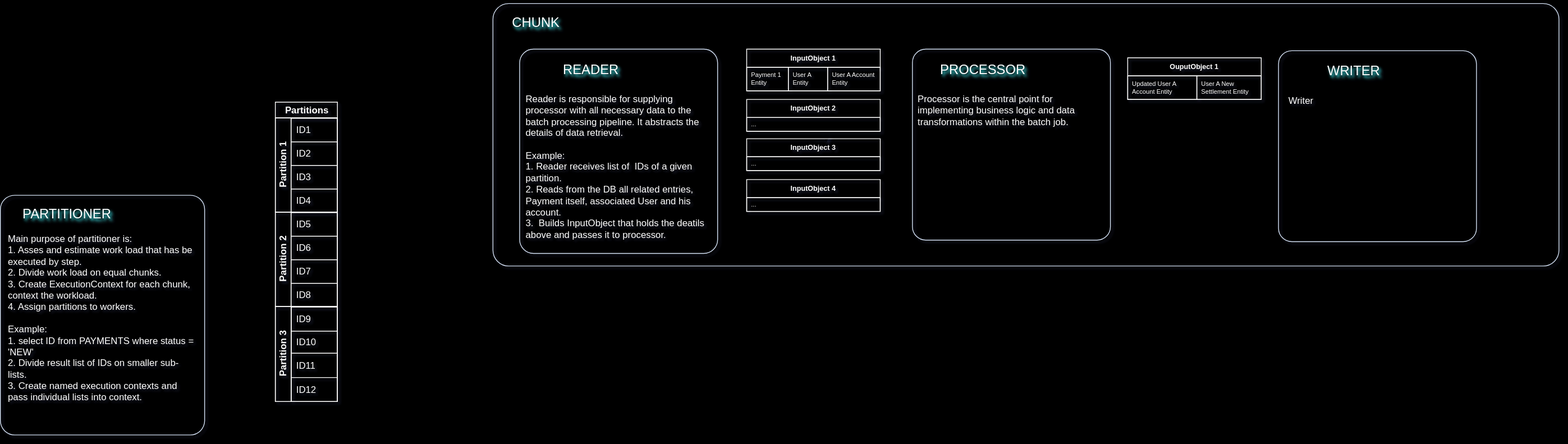
gsaukov/spring-batch-demo keeps this draw.io diagram as public/images/spring-batch-data-flow.drawio.svg. Above is the earlier version. Source tidied: cells renumbered, new cells last; positions are measured from the earlier drawing's top-left corner, leaving out a move shared by most shapes.
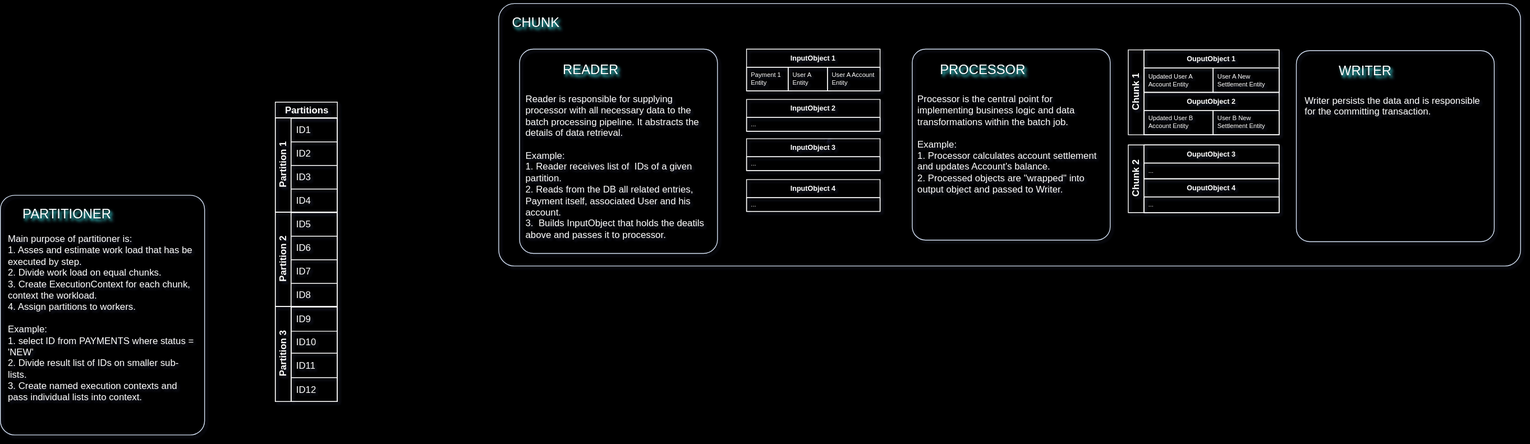
Later version of the same file.

Change to the diagram source:
```diff
@@ -2,12 +2,15 @@
   <root>
     <mxCell id="0" />
     <mxCell id="1" parent="0" />
+    <mxCell id="26" style="rounded=1;whiteSpace=wrap;html=1;shadow=0;arcSize=7;fillColor=none;glass=0;perimeterSpacing=0;labelBorderColor=none;shadowOffsetX=2;shadowOpacity=80;shadowColor=#33FFFF;strokeColor=#D4E1F5;strokeWidth=1;shadowBlur=1;shadowOffsetY=2;" parent="1" vertex="1">
+      <mxGeometry x="1650" y="60" width="252" height="243" as="geometry" />
+    </mxCell>
+    <mxCell id="3" style="rounded=1;whiteSpace=wrap;html=1;shadow=0;arcSize=6;fillColor=none;glass=0;perimeterSpacing=0;labelBorderColor=none;shadowOffsetX=2;shadowOpacity=80;shadowColor=#33FFFF;strokeColor=#D4E1F5;strokeWidth=1;shadowBlur=1;" parent="1" vertex="1">
+      <mxGeometry x="634.5" width="1301" height="334" as="geometry" />
+    </mxCell>
     <mxCell id="2" style="rounded=1;whiteSpace=wrap;html=1;shadow=0;arcSize=7;fillColor=none;glass=0;perimeterSpacing=0;labelBorderColor=none;shadowOffsetX=2;shadowOpacity=80;shadowColor=#33FFFF;strokeColor=#D4E1F5;strokeWidth=1;shadowBlur=1;shadowOffsetY=2;" parent="1" vertex="1">
       <mxGeometry x="1161" y="58" width="252" height="243" as="geometry" />
     </mxCell>
-    <mxCell id="3" style="rounded=1;whiteSpace=wrap;html=1;shadow=0;arcSize=6;fillColor=none;glass=0;perimeterSpacing=0;labelBorderColor=none;shadowOffsetX=2;shadowOpacity=80;shadowColor=#33FFFF;strokeColor=#D4E1F5;strokeWidth=1;shadowBlur=1;" parent="1" vertex="1">
-      <mxGeometry x="627" width="1357" height="334" as="geometry" />
-    </mxCell>
     <mxCell id="4" style="rounded=1;whiteSpace=wrap;html=1;shadow=0;arcSize=7;fillColor=none;glass=0;perimeterSpacing=0;labelBorderColor=none;shadowOffsetX=2;shadowOpacity=80;shadowColor=#33FFFF;strokeColor=#D4E1F5;strokeWidth=1;shadowBlur=1;shadowOffsetY=2;" parent="1" vertex="1">
       <mxGeometry y="244" width="260" height="305" as="geometry" />
     </mxCell>
@@ -20,14 +23,14 @@
     <mxCell id="7" value="PROCESSOR" style="text;html=1;strokeColor=none;fillColor=none;align=center;verticalAlign=middle;whiteSpace=wrap;rounded=0;shadow=1;sketch=0;shadowColor=#33FFFF;textShadow=1;fontColor=#FFFFFF;shadowOpacity=80;fontSize=17;" parent="1" vertex="1">
       <mxGeometry x="1195.5" y="60" width="110" height="50" as="geometry" />
     </mxCell>
-    <mxCell id="8" value="&lt;p style=&quot;margin-top: 0px; margin-bottom: 0px;&quot;&gt;Processor is th&lt;span style=&quot;background-color: initial;&quot;&gt;e central point for implementing business logic and data transformations within the batch job.&lt;/span&gt;&lt;br&gt;&lt;/p&gt;" style="text;html=1;whiteSpace=wrap;overflow=hidden;rounded=0;fontColor=#FFFFFF;spacing=0;" parent="1" vertex="1">
+    <mxCell id="8" value="&lt;p style=&quot;margin-top: 0px; margin-bottom: 0px;&quot;&gt;Processor is th&lt;span style=&quot;background-color: initial;&quot;&gt;e central point for implementing business logic and data transformations within the batch job.&lt;/span&gt;&lt;br&gt;&lt;/p&gt;&lt;p style=&quot;margin-top: 0px; margin-bottom: 0px;&quot;&gt;&lt;span style=&quot;background-color: initial;&quot;&gt;&lt;br&gt;&lt;/span&gt;&lt;/p&gt;&lt;p style=&quot;margin-top: 0px; margin-bottom: 0px;&quot;&gt;&lt;span style=&quot;background-color: initial;&quot;&gt;Example:&lt;/span&gt;&lt;/p&gt;&lt;p style=&quot;margin-top: 0px; margin-bottom: 0px;&quot;&gt;&lt;span style=&quot;background-color: initial;&quot;&gt;1. Processor calculates account settlement and updates Account's balance.&lt;/span&gt;&lt;/p&gt;&lt;p style=&quot;margin-top: 0px; margin-bottom: 0px;&quot;&gt;&lt;span style=&quot;background-color: initial;&quot;&gt;2. Processed objects are &quot;wrapped&quot; into output object and passed to Writer.&lt;/span&gt;&lt;/p&gt;" style="text;html=1;whiteSpace=wrap;overflow=hidden;rounded=0;fontColor=#FFFFFF;spacing=0;" parent="1" vertex="1">
       <mxGeometry x="1168" y="110" width="234" height="177" as="geometry" />
     </mxCell>
     <mxCell id="9" value="WRITER" style="text;html=1;strokeColor=none;fillColor=none;align=center;verticalAlign=middle;whiteSpace=wrap;rounded=0;shadow=1;sketch=0;shadowColor=#33FFFF;textShadow=1;fontColor=#FFFFFF;shadowOpacity=80;fontSize=17;" parent="1" vertex="1">
-      <mxGeometry x="1667.5" y="62" width="110" height="50" as="geometry" />
+      <mxGeometry x="1682.5" y="62" width="110" height="50" as="geometry" />
     </mxCell>
-    <mxCell id="10" value="&lt;p style=&quot;margin-top: 0px; margin-bottom: 0px;&quot;&gt;Writer&lt;br&gt;&lt;/p&gt;&lt;p style=&quot;margin-top: 0px; margin-bottom: 0px;&quot;&gt;&lt;br&gt;&lt;/p&gt;" style="text;html=1;whiteSpace=wrap;overflow=hidden;rounded=0;fontColor=#FFFFFF;spacing=0;" parent="1" vertex="1">
-      <mxGeometry x="1640" y="112" width="171" height="80" as="geometry" />
+    <mxCell id="10" value="&lt;p style=&quot;margin-top: 0px; margin-bottom: 0px;&quot;&gt;Writer persists the data and is responsible for the committing transaction.&lt;/p&gt;" style="text;html=1;whiteSpace=wrap;overflow=hidden;rounded=0;fontColor=#FFFFFF;spacing=0;" parent="1" vertex="1">
+      <mxGeometry x="1661" y="112" width="222" height="130" as="geometry" />
     </mxCell>
     <mxCell id="11" value="CHUNK" style="text;html=1;strokeColor=none;fillColor=none;align=center;verticalAlign=middle;whiteSpace=wrap;rounded=0;shadow=1;sketch=0;shadowColor=#33FFFF;textShadow=1;fontColor=#FFFFFF;shadowOpacity=80;fontSize=17;" parent="1" vertex="1">
       <mxGeometry x="627" width="110" height="50" as="geometry" />
@@ -74,9 +77,6 @@
     <mxCell id="25" value="ID12" style="shape=partialRectangle;html=1;whiteSpace=wrap;strokeColor=inherit;overflow=hidden;fillColor=none;top=0;left=0;bottom=0;right=0;fontSize=12;align=left;spacingLeft=5;fontColor=#FFFFFF;" parent="24" vertex="1">
       <mxGeometry width="59" height="31" as="geometry" />
     </mxCell>
-    <mxCell id="26" style="rounded=1;whiteSpace=wrap;html=1;shadow=0;arcSize=7;fillColor=none;glass=0;perimeterSpacing=0;labelBorderColor=none;shadowOffsetX=2;shadowOpacity=80;shadowColor=#33FFFF;strokeColor=#D4E1F5;strokeWidth=1;shadowBlur=1;shadowOffsetY=2;" parent="1" vertex="1">
-      <mxGeometry x="1627" y="60" width="252" height="243" as="geometry" />
-    </mxCell>
     <mxCell id="27" style="shape=table;startSize=0;fontSize=11;fillColor=none;strokeColor=#FFFFFF;fontColor=#FFFFFF;" parent="1" vertex="1">
       <mxGeometry x="370" y="146" width="59" height="240" as="geometry" />
     </mxCell>
@@ -176,14 +176,41 @@
     <mxCell id="58" value="..." style="text;strokeColor=#FFFFFF;fillColor=none;align=left;verticalAlign=middle;spacingLeft=4;spacingRight=4;overflow=hidden;whiteSpace=wrap;html=1;fontColor=#FFFFFF;fontSize=8;" parent="57" vertex="1">
       <mxGeometry y="23" width="170" height="17.5" as="geometry" />
     </mxCell>
+    <mxCell id="62" value="Chunk 1" style="swimlane;startSize=20;horizontal=0;html=1;strokeColor=#FFFFFF;glass=0;fontColor=#FFFFFF;fillColor=none;rounded=0;" parent="1" vertex="1">
+      <mxGeometry x="1436" y="59" width="192" height="108" as="geometry" />
+    </mxCell>
-    <mxCell id="59" value="OuputObject 1" style="swimlane;fontColor=#FFFFFF;strokeColor=#FFFFFF;fillColor=none;fontSize=9;" parent="1" vertex="1">
-      <mxGeometry x="1435" y="69" width="170" height="53" as="geometry" />
+    <mxCell id="59" value="OuputObject 1" style="swimlane;fontColor=#FFFFFF;strokeColor=#FFFFFF;fillColor=none;fontSize=9;" parent="62" vertex="1">
+      <mxGeometry x="20" width="172" height="54" as="geometry" />
     </mxCell>
     <mxCell id="60" value="Updated User A Account Entity" style="text;strokeColor=#FFFFFF;fillColor=none;align=left;verticalAlign=middle;spacingLeft=4;spacingRight=4;overflow=hidden;whiteSpace=wrap;html=1;fontColor=#FFFFFF;fontSize=8;" parent="59" vertex="1">
-      <mxGeometry y="23" width="88" height="30" as="geometry" />
+      <mxGeometry y="23" width="88" height="31" as="geometry" />
     </mxCell>
-    <mxCell id="61" value="User A New Settlement Entity" style="text;strokeColor=#FFFFFF;fillColor=none;align=left;verticalAlign=middle;spacingLeft=4;spacingRight=4;overflow=hidden;whiteSpace=wrap;html=1;fontColor=#FFFFFF;fontSize=8;" parent="1" vertex="1">
-      <mxGeometry x="1523" y="92" width="82" height="30" as="geometry" />
+    <mxCell id="61" value="User A New Settlement Entity" style="text;strokeColor=#FFFFFF;fillColor=none;align=left;verticalAlign=middle;spacingLeft=4;spacingRight=4;overflow=hidden;whiteSpace=wrap;html=1;fontColor=#FFFFFF;fontSize=8;" parent="59" vertex="1">
+      <mxGeometry x="88" y="23" width="84" height="31" as="geometry" />
     </mxCell>
+    <mxCell id="63" value="OuputObject 2" style="swimlane;fontColor=#FFFFFF;strokeColor=#FFFFFF;fillColor=none;fontSize=9;" parent="62" vertex="1">
+      <mxGeometry x="20" y="54" width="172" height="54" as="geometry" />
+    </mxCell>
+    <mxCell id="64" value="Updated User B Account Entity" style="text;strokeColor=#FFFFFF;fillColor=none;align=left;verticalAlign=middle;spacingLeft=4;spacingRight=4;overflow=hidden;whiteSpace=wrap;html=1;fontColor=#FFFFFF;fontSize=8;" parent="63" vertex="1">
+      <mxGeometry y="23" width="88" height="31" as="geometry" />
+    </mxCell>
+    <mxCell id="65" value="User B New Settlement Entity" style="text;strokeColor=#FFFFFF;fillColor=none;align=left;verticalAlign=middle;spacingLeft=4;spacingRight=4;overflow=hidden;whiteSpace=wrap;html=1;fontColor=#FFFFFF;fontSize=8;" parent="63" vertex="1">
+      <mxGeometry x="88" y="23" width="84" height="31" as="geometry" />
+    </mxCell>
+    <mxCell id="66" value="Chunk 2" style="swimlane;startSize=20;horizontal=0;html=1;strokeColor=#FFFFFF;glass=0;fontColor=#FFFFFF;fillColor=none;rounded=0;" parent="1" vertex="1">
+      <mxGeometry x="1436" y="180" width="192" height="86" as="geometry" />
+    </mxCell>
+    <mxCell id="67" value="OuputObject 3" style="swimlane;fontColor=#FFFFFF;strokeColor=#FFFFFF;fillColor=none;fontSize=9;" parent="66" vertex="1">
+      <mxGeometry x="20" width="172" height="43" as="geometry" />
+    </mxCell>
+    <mxCell id="68" value="..." style="text;strokeColor=#FFFFFF;fillColor=none;align=left;verticalAlign=middle;spacingLeft=4;spacingRight=4;overflow=hidden;whiteSpace=wrap;html=1;fontColor=#FFFFFF;fontSize=8;" parent="67" vertex="1">
+      <mxGeometry y="23" width="172" height="20" as="geometry" />
+    </mxCell>
+    <mxCell id="69" value="OuputObject 4" style="swimlane;fontColor=#FFFFFF;strokeColor=#FFFFFF;fillColor=none;fontSize=9;" parent="66" vertex="1">
+      <mxGeometry x="20" y="43" width="172" height="43" as="geometry" />
+    </mxCell>
+    <mxCell id="70" value="..." style="text;strokeColor=#FFFFFF;fillColor=none;align=left;verticalAlign=middle;spacingLeft=4;spacingRight=4;overflow=hidden;whiteSpace=wrap;html=1;fontColor=#FFFFFF;fontSize=8;" parent="69" vertex="1">
+      <mxGeometry y="23" width="172" height="20" as="geometry" />
+    </mxCell>
   </root>
 </mxGraphModel>
```
